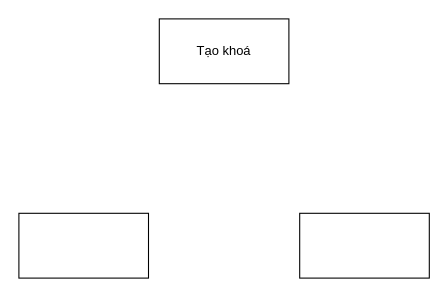
huyle84/diagrams keeps this draw.io diagram as PKE.drawio. Above is the earlier version. Source tidied: cells renumbered, new cells numbered last; positions are measured from the earlier drawing's top-left corner, leaving out a move shared by most shapes. Both pictures are drawn from the tidied source at 108%, with x=0, y=0 at pixel (18, 18).
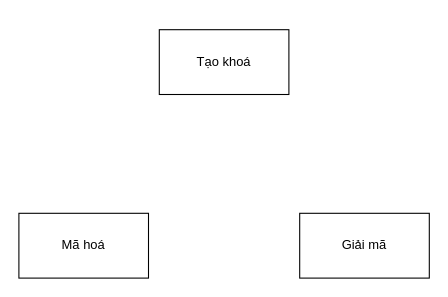
After the change.

What changed in the source:
```diff
@@
 <mxGraphModel>
   <root>
     <mxCell id="0" />
     <mxCell id="1" parent="0" />
-    <mxCell id="2" style="rounded=0;whiteSpace=wrap;html=1;" parent="1" vertex="1">
+    <mxCell id="2" value="Mã hoá" style="rounded=0;whiteSpace=wrap;html=1;" parent="1" vertex="1">
       <mxGeometry y="180" width="120" height="60" as="geometry" />
     </mxCell>
-    <mxCell id="3" style="rounded=0;whiteSpace=wrap;html=1;" parent="1" vertex="1">
+    <mxCell id="3" value="Giải mã" style="rounded=0;whiteSpace=wrap;html=1;" parent="1" vertex="1">
       <mxGeometry x="260" y="180" width="120" height="60" as="geometry" />
     </mxCell>
     <mxCell id="4" value="Tạo khoá" style="rounded=0;whiteSpace=wrap;html=1;" parent="1" vertex="1">
-      <mxGeometry x="130" width="120" height="60" as="geometry" />
+      <mxGeometry x="130" y="10" width="120" height="60" as="geometry" />
     </mxCell>
   </root>
 </mxGraphModel>
```
